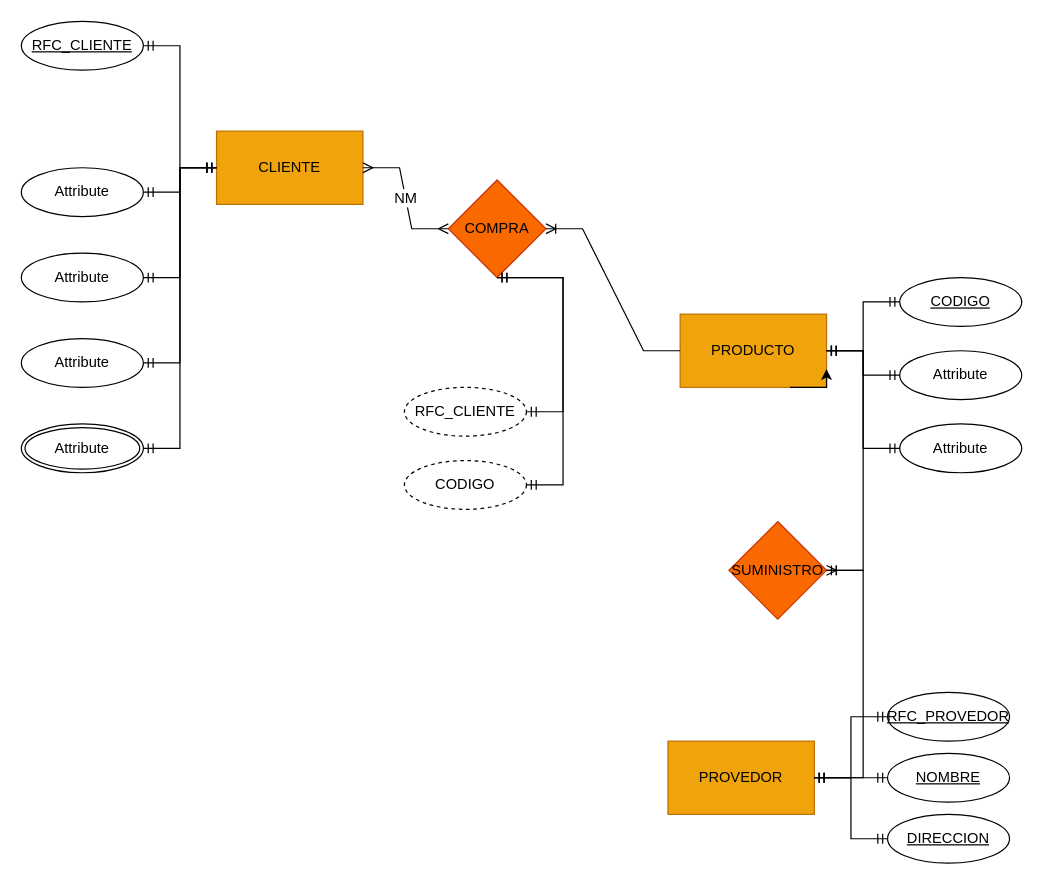
axlshezard/bases-de-datos keeps this draw.io diagram as .history/bd/Diagrama ejercicio1.drawio. Above is the earlier version. Source tidied: cells renumbered, new cells numbered last; positions are measured from the earlier drawing's top-left corner, leaving out a move shared by most shapes. Both pictures are drawn from the tidied source at 122%, with x=0, y=0 at pixel (21, 21).
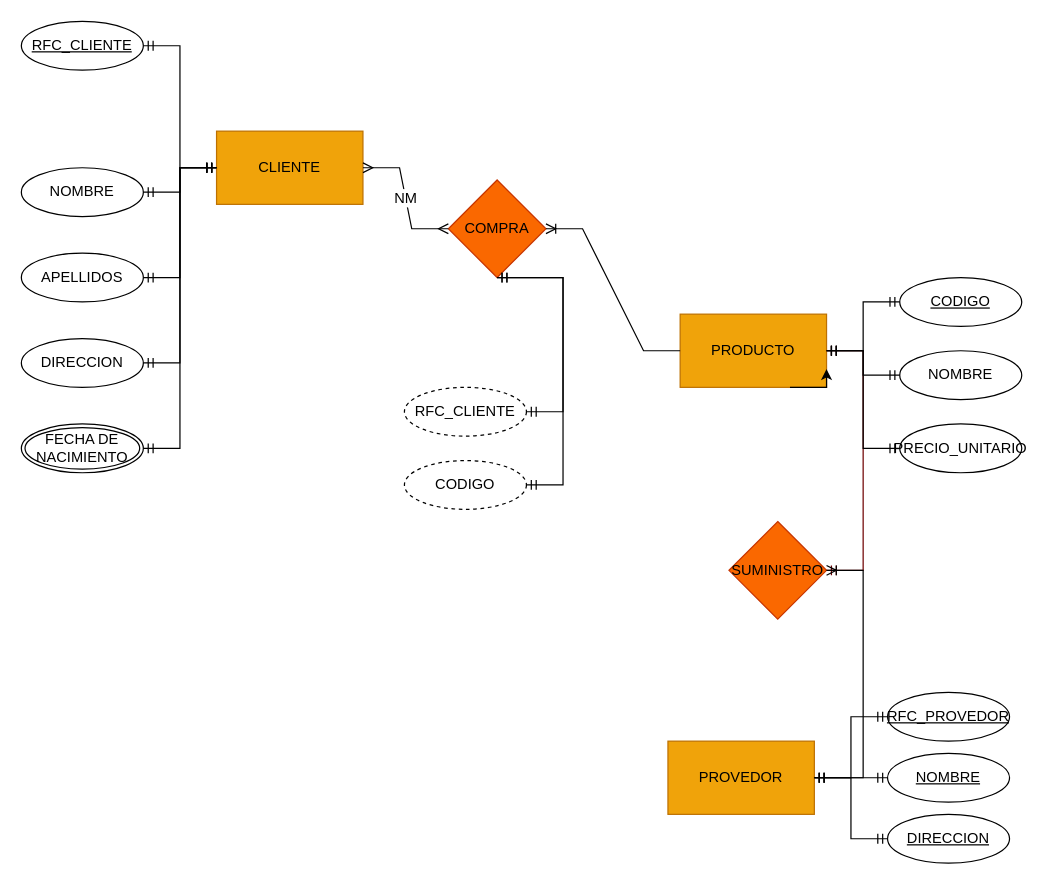
After the change.

Unchanged cells that the change refers to:
```xml
<mxCell id="3" value="PRODUCTO" style="rounded=0;whiteSpace=wrap;html=1;fillColor=#f0a30a;fontColor=#000000;strokeColor=#BD7000;" parent="1" vertex="1">
  <mxGeometry x="540" y="240" width="120" height="60" as="geometry" />
</mxCell>
<mxCell id="6" value="SUMINISTRO" style="rhombus;whiteSpace=wrap;html=1;fillColor=#fa6800;fontColor=#000000;strokeColor=#C73500;" parent="1" vertex="1">
  <mxGeometry x="580" y="410" width="80" height="80" as="geometry" />
</mxCell>
```

What changed in the source:
```diff
@@
-    <mxCell id="8" style="edgeStyle=entityRelationEdgeStyle;fontSize=12;html=1;endArrow=ERmandOne;startArrow=ERmandOne;rounded=0;" parent="1" edge="1" source="6" target="3">
+    <mxCell id="8" style="edgeStyle=entityRelationEdgeStyle;fontSize=12;html=1;endArrow=ERmandOne;startArrow=ERmandOne;rounded=0;fillColor=#a20025;strokeColor=#6F0000;" parent="1" edge="1" source="6" target="3">
       <mxGeometry relative="1" as="geometry" />
     </mxCell>
@@
-    <mxCell id="18" value="Attribute" style="ellipse;whiteSpace=wrap;html=1;align=center;" parent="1" vertex="1">
+    <mxCell id="18" value="NOMBRE" style="ellipse;whiteSpace=wrap;html=1;align=center;" parent="1" vertex="1">
       <mxGeometry y="120" width="100" height="40" as="geometry" />
     </mxCell>
-    <mxCell id="19" value="Attribute" style="ellipse;whiteSpace=wrap;html=1;align=center;" parent="1" vertex="1">
+    <mxCell id="19" value="NOMBRE" style="ellipse;whiteSpace=wrap;html=1;align=center;" parent="1" vertex="1">
       <mxGeometry x="720" y="270" width="100" height="40" as="geometry" />
     </mxCell>
-    <mxCell id="20" value="Attribute" style="ellipse;whiteSpace=wrap;html=1;align=center;" parent="1" vertex="1">
+    <mxCell id="20" value="APELLIDOS" style="ellipse;whiteSpace=wrap;html=1;align=center;" parent="1" vertex="1">
       <mxGeometry y="190" width="100" height="40" as="geometry" />
     </mxCell>
-    <mxCell id="21" value="Attribute" style="ellipse;whiteSpace=wrap;html=1;align=center;" parent="1" vertex="1">
+    <mxCell id="21" value="DIRECCION" style="ellipse;whiteSpace=wrap;html=1;align=center;" parent="1" vertex="1">
       <mxGeometry y="260" width="100" height="40" as="geometry" />
     </mxCell>
-    <mxCell id="22" value="Attribute" style="ellipse;whiteSpace=wrap;html=1;align=center;" parent="1" vertex="1">
+    <mxCell id="22" value="PRECIO_UNITARIO" style="ellipse;whiteSpace=wrap;html=1;align=center;" parent="1" vertex="1">
       <mxGeometry x="720" y="330" width="100" height="40" as="geometry" />
     </mxCell>
-    <mxCell id="23" value="Attribute" style="ellipse;shape=doubleEllipse;margin=3;whiteSpace=wrap;html=1;align=center;" parent="1" vertex="1">
+    <mxCell id="23" value="FECHA DE NACIMIENTO" style="ellipse;shape=doubleEllipse;margin=3;whiteSpace=wrap;html=1;align=center;" parent="1" vertex="1">
       <mxGeometry y="330" width="100" height="40" as="geometry" />
     </mxCell>
```
